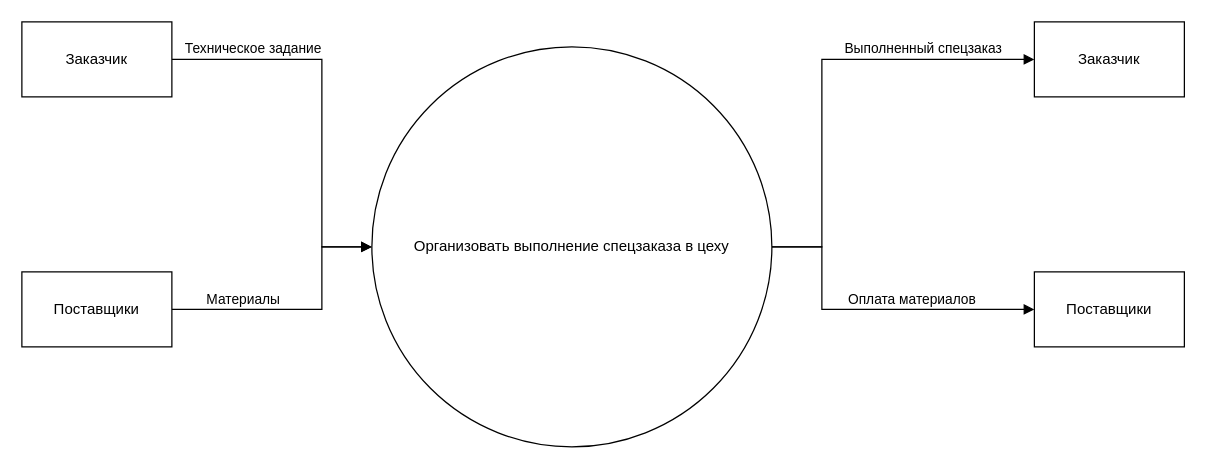
v-tempe/draw.io keeps this draw.io diagram as mbp23.drawio. Above is the earlier version. Source tidied: cells renumbered, new cells numbered last; positions are measured from the earlier drawing's top-left corner, leaving out a move shared by most shapes. Both pictures are drawn from the tidied source at 125%, with x=0, y=0 at pixel (21, 21).
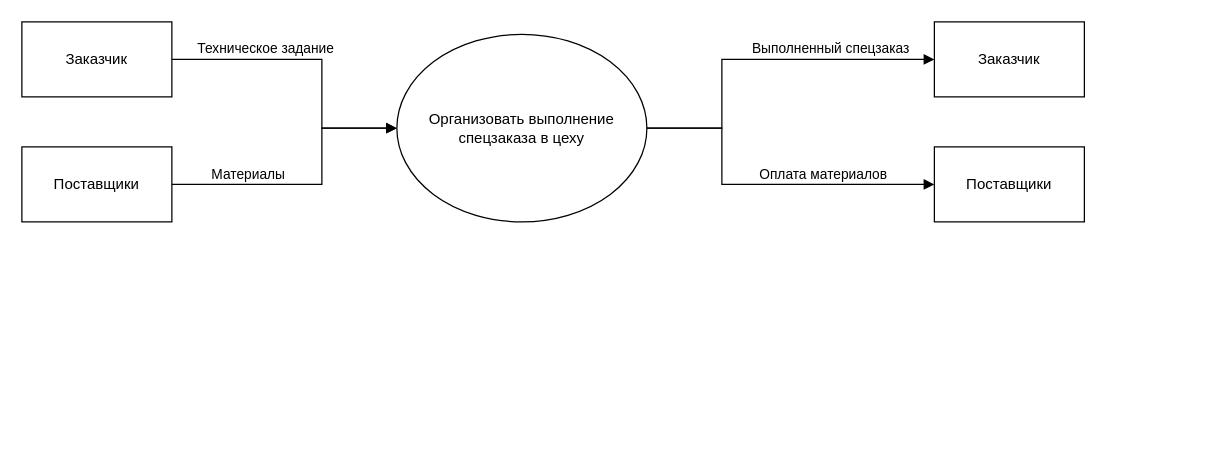
The same page after the edit.

Unchanged cells that the change refers to:
```xml
<mxCell id="9" value="Заказчик" style="rounded=0;whiteSpace=wrap;html=1;" parent="1" vertex="1">
  <mxGeometry width="120" height="60" as="geometry" />
</mxCell>
```

Change to the diagram source:
```diff
@@
-    <mxCell id="2" style="edgeStyle=orthogonalEdgeStyle;rounded=0;jettySize=auto;html=1;exitX=1;exitY=0.5;exitDx=0;exitDy=0;entryX=0;entryY=0.5;entryDx=0;entryDy=0;endArrow=block;endFill=1;" parent="1" edge="1" source="6" target="13">
+    <mxCell id="2" style="edgeStyle=orthogonalEdgeStyle;rounded=0;jettySize=auto;html=1;entryX=0;entryY=0.5;entryDx=0;entryDy=0;endArrow=block;endFill=1;" parent="1" edge="1" target="13">
       <mxGeometry relative="1" as="geometry">
+        <mxPoint x="480" y="85" as="sourcePoint" />
         <Array as="points">
-          <mxPoint x="640" y="180" />
-          <mxPoint x="640" y="30" />
+          <mxPoint x="560" y="85" />
+          <mxPoint x="560" y="30" />
         </Array>
       </mxGeometry>
     </mxCell>
@@
-    <mxCell id="4" style="edgeStyle=orthogonalEdgeStyle;rounded=0;jettySize=auto;html=1;exitX=1;exitY=0.5;exitDx=0;exitDy=0;entryX=0;entryY=0.5;entryDx=0;entryDy=0;endArrow=block;endFill=1;" parent="1" edge="1" source="6" target="14">
+    <mxCell id="4" style="edgeStyle=orthogonalEdgeStyle;rounded=0;jettySize=auto;html=1;entryX=0;entryY=0.5;entryDx=0;entryDy=0;endArrow=block;endFill=1;" parent="1" edge="1" target="14">
       <mxGeometry relative="1" as="geometry">
+        <mxPoint x="480" y="85" as="sourcePoint" />
         <Array as="points">
-          <mxPoint x="640" y="180" />
-          <mxPoint x="640" y="230" />
+          <mxPoint x="560" y="85" />
+          <mxPoint x="560" y="130" />
         </Array>
       </mxGeometry>
     </mxCell>
     <mxCell id="5" value="Оплата материалов" style="edgeLabel;html=1;align=center;verticalAlign=middle;" parent="4" vertex="1">
       <mxGeometry x="0.24" relative="1" as="geometry">
-        <mxPoint y="-9" as="offset" />
+        <mxPoint x="22" y="-9" as="offset" />
       </mxGeometry>
     </mxCell>
     <mxCell id="6" value="Организовать выполнение спецзаказа в цеху" style="ellipse;whiteSpace=wrap;html=1;" parent="1" vertex="1">
-      <mxGeometry x="280" y="20" width="320" height="320" as="geometry" />
+      <mxGeometry x="300" y="10" width="200" height="150" as="geometry" />
     </mxCell>
     <mxCell id="7" style="edgeStyle=orthogonalEdgeStyle;rounded=0;jettySize=auto;html=1;exitX=1;exitY=0.5;exitDx=0;exitDy=0;entryX=0;entryY=0.5;entryDx=0;entryDy=0;endArrow=block;endFill=1;" parent="1" edge="1" source="9" target="6">
       <mxGeometry relative="1" as="geometry">
         <Array as="points">
           <mxPoint x="240" y="30" />
-          <mxPoint x="240" y="180" />
+          <mxPoint x="240" y="85" />
         </Array>
       </mxGeometry>
     </mxCell>
     <mxCell id="8" value="Техническое задание" style="edgeLabel;html=1;align=center;verticalAlign=middle;" parent="7" vertex="1">
       <mxGeometry x="-0.59" y="3" relative="1" as="geometry">
-        <mxPoint y="-7" as="offset" />
+        <mxPoint x="26" y="-7" as="offset" />
       </mxGeometry>
     </mxCell>
@@
     <mxCell id="10" style="edgeStyle=orthogonalEdgeStyle;rounded=0;jettySize=auto;html=1;exitX=1;exitY=0.5;exitDx=0;exitDy=0;entryX=0;entryY=0.5;entryDx=0;entryDy=0;endArrow=block;endFill=1;" parent="1" edge="1" source="12" target="6">
       <mxGeometry relative="1" as="geometry">
         <Array as="points">
-          <mxPoint x="240" y="230" />
-          <mxPoint x="240" y="180" />
+          <mxPoint x="240" y="130" />
+          <mxPoint x="240" y="85" />
         </Array>
       </mxGeometry>
     </mxCell>
@@
     <mxCell id="12" value="Поставщики" style="rounded=0;whiteSpace=wrap;html=1;" parent="1" vertex="1">
-      <mxGeometry y="200" width="120" height="60" as="geometry" />
+      <mxGeometry y="100" width="120" height="60" as="geometry" />
     </mxCell>
     <mxCell id="13" value="Заказчик" style="rounded=0;whiteSpace=wrap;html=1;" parent="1" vertex="1">
-      <mxGeometry x="810" width="120" height="60" as="geometry" />
+      <mxGeometry x="730" width="120" height="60" as="geometry" />
     </mxCell>
     <mxCell id="14" value="Поставщики" style="rounded=0;whiteSpace=wrap;html=1;" parent="1" vertex="1">
-      <mxGeometry x="810" y="200" width="120" height="60" as="geometry" />
+      <mxGeometry x="730" y="100" width="120" height="60" as="geometry" />
     </mxCell>
```
